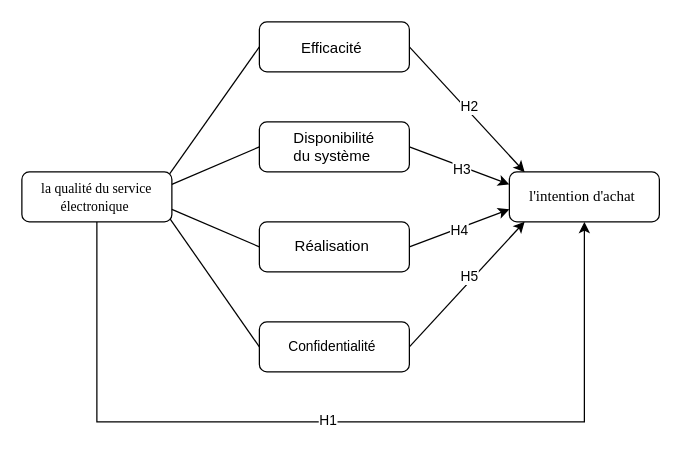
IZeMgg/wincro keeps this draw.io diagram as PFEZIAD.drawio. Above is the earlier version. Source tidied: cells renumbered, new cells numbered last; positions are measured from the earlier drawing's top-left corner, leaving out a move shared by most shapes. Both pictures are drawn from the tidied source at 125%, with x=0, y=0 at pixel (21, 21).
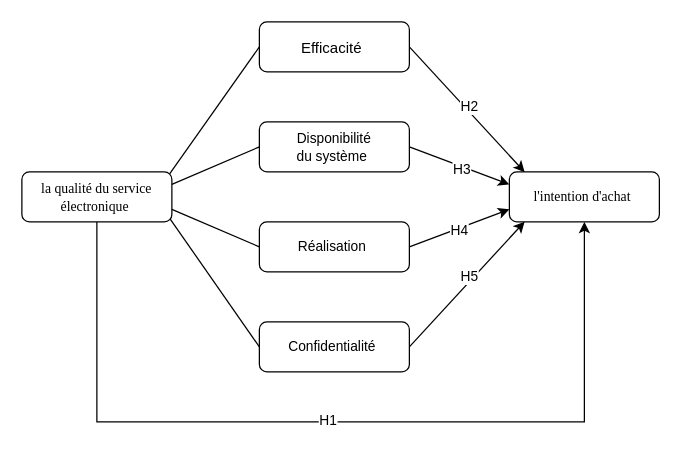
After the change.

What changed in the source:
```diff
@@
-    <mxCell id="7" value="&lt;span style=&quot;line-height: 107%; font-family: Aptos, sans-serif;&quot;&gt;&lt;font&gt;Disponibilité&lt;br/&gt;du système&amp;nbsp;&lt;/font&gt;&lt;/span&gt;" style="rounded=1;whiteSpace=wrap;html=1;" parent="1" vertex="1">
+    <mxCell id="7" value="&lt;span style=&quot;line-height: 107%; font-family: Aptos, sans-serif;&quot;&gt;&lt;font&gt;&lt;font style=&quot;font-size: 11px;&quot;&gt;Disponibilité&lt;br&gt;du système&lt;/font&gt;&amp;nbsp;&lt;/font&gt;&lt;/span&gt;" style="rounded=1;whiteSpace=wrap;html=1;" parent="1" vertex="1">
       <mxGeometry x="190" y="80" width="120" height="40" as="geometry" />
     </mxCell>
@@
-    <mxCell id="10" value="&lt;span style=&quot;line-height: 107%;&quot;&gt;&lt;font&gt;Réalisation&amp;nbsp;&lt;/font&gt;&lt;/span&gt;" style="rounded=1;whiteSpace=wrap;html=1;" parent="1" vertex="1">
+    <mxCell id="10" value="&lt;span style=&quot;line-height: 107%;&quot;&gt;&lt;font style=&quot;font-size: 11px;&quot;&gt;Réalisation&amp;nbsp;&lt;/font&gt;&lt;/span&gt;" style="rounded=1;whiteSpace=wrap;html=1;" parent="1" vertex="1">
       <mxGeometry x="190" y="160" width="120" height="40" as="geometry" />
     </mxCell>
@@
-    <mxCell id="18" value="&lt;span style=&quot;line-height: 107%; font-family: &amp;quot;Times New Roman&amp;quot;, serif;&quot;&gt;&lt;font&gt;l'intention d'achat&amp;nbsp;&lt;/font&gt;&lt;/span&gt;" style="rounded=1;whiteSpace=wrap;html=1;" parent="1" vertex="1">
+    <mxCell id="18" value="&lt;span style=&quot;line-height: 107%; font-family: &amp;quot;Times New Roman&amp;quot;, serif;&quot;&gt;&lt;font style=&quot;font-size: 11px;&quot;&gt;l'intention d'achat&amp;nbsp;&lt;/font&gt;&lt;/span&gt;" style="rounded=1;whiteSpace=wrap;html=1;" parent="1" vertex="1">
       <mxGeometry x="390" y="120" width="120" height="40" as="geometry" />
     </mxCell>
```
